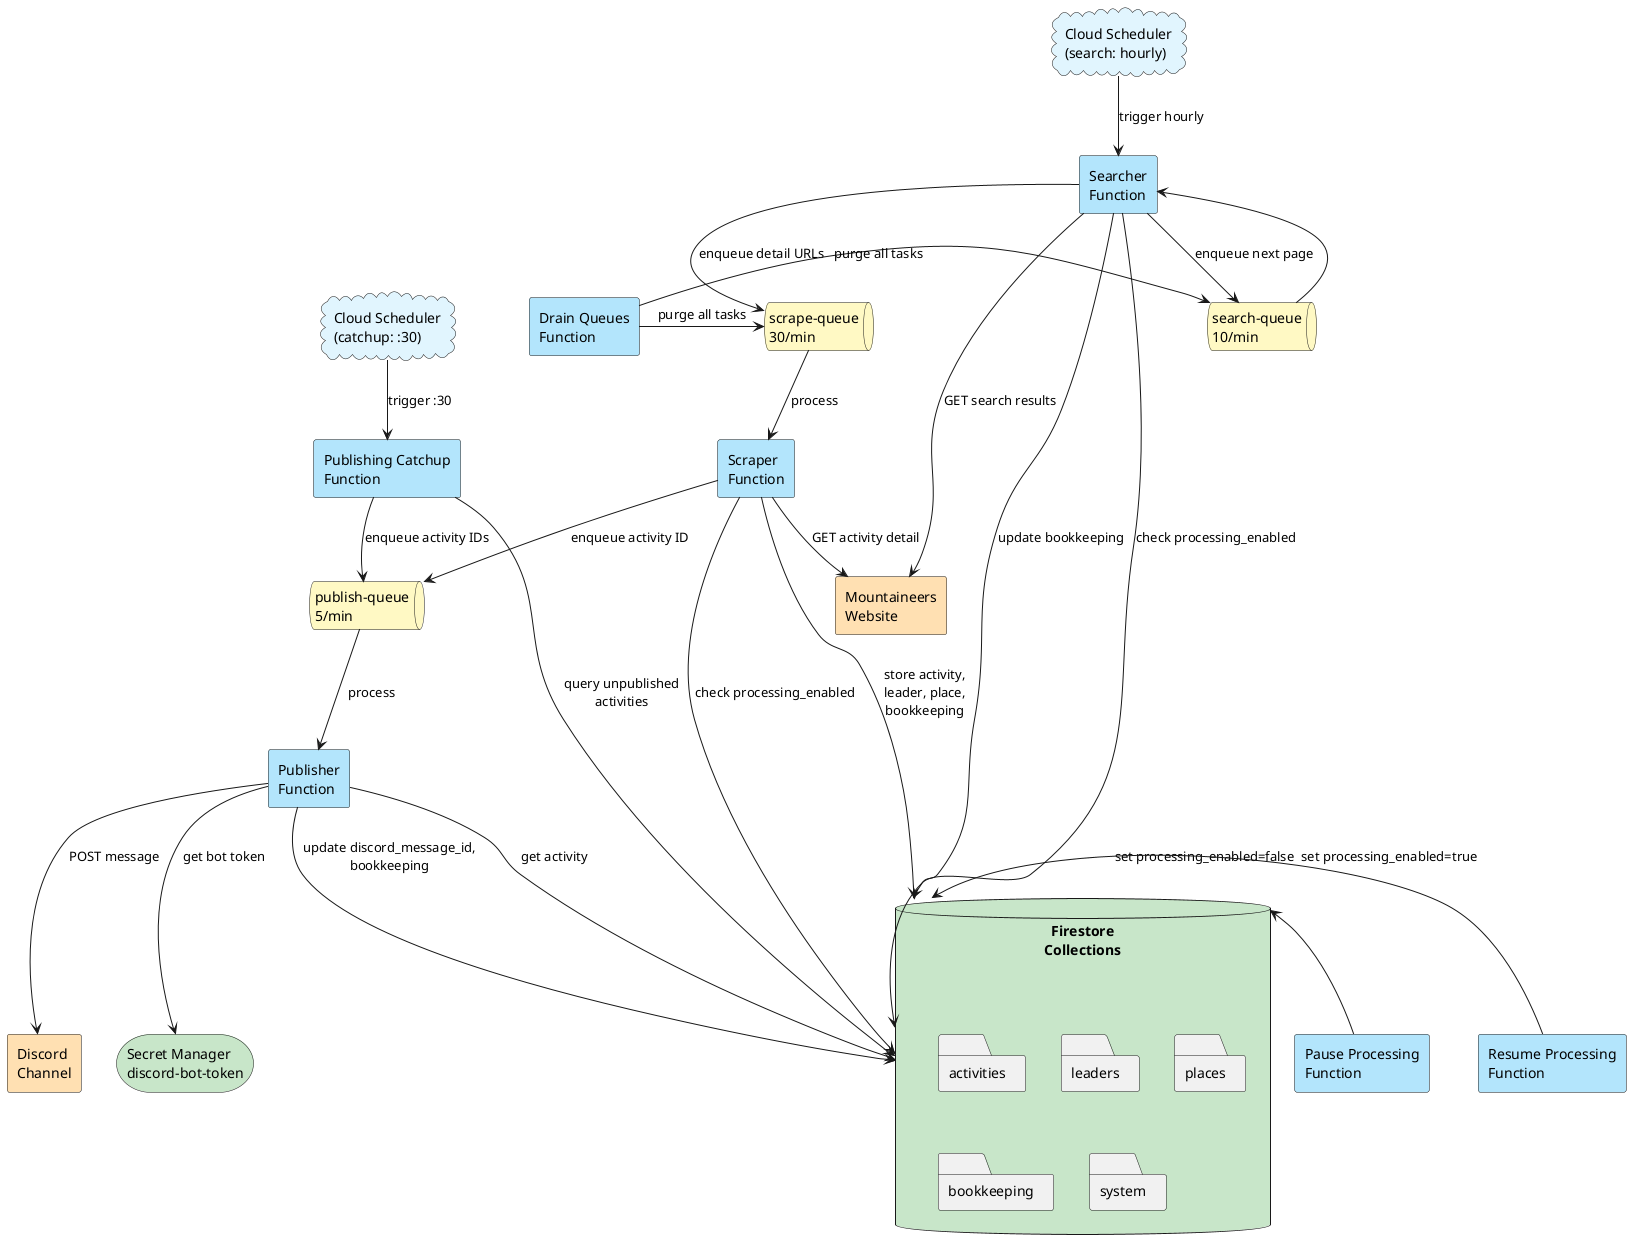
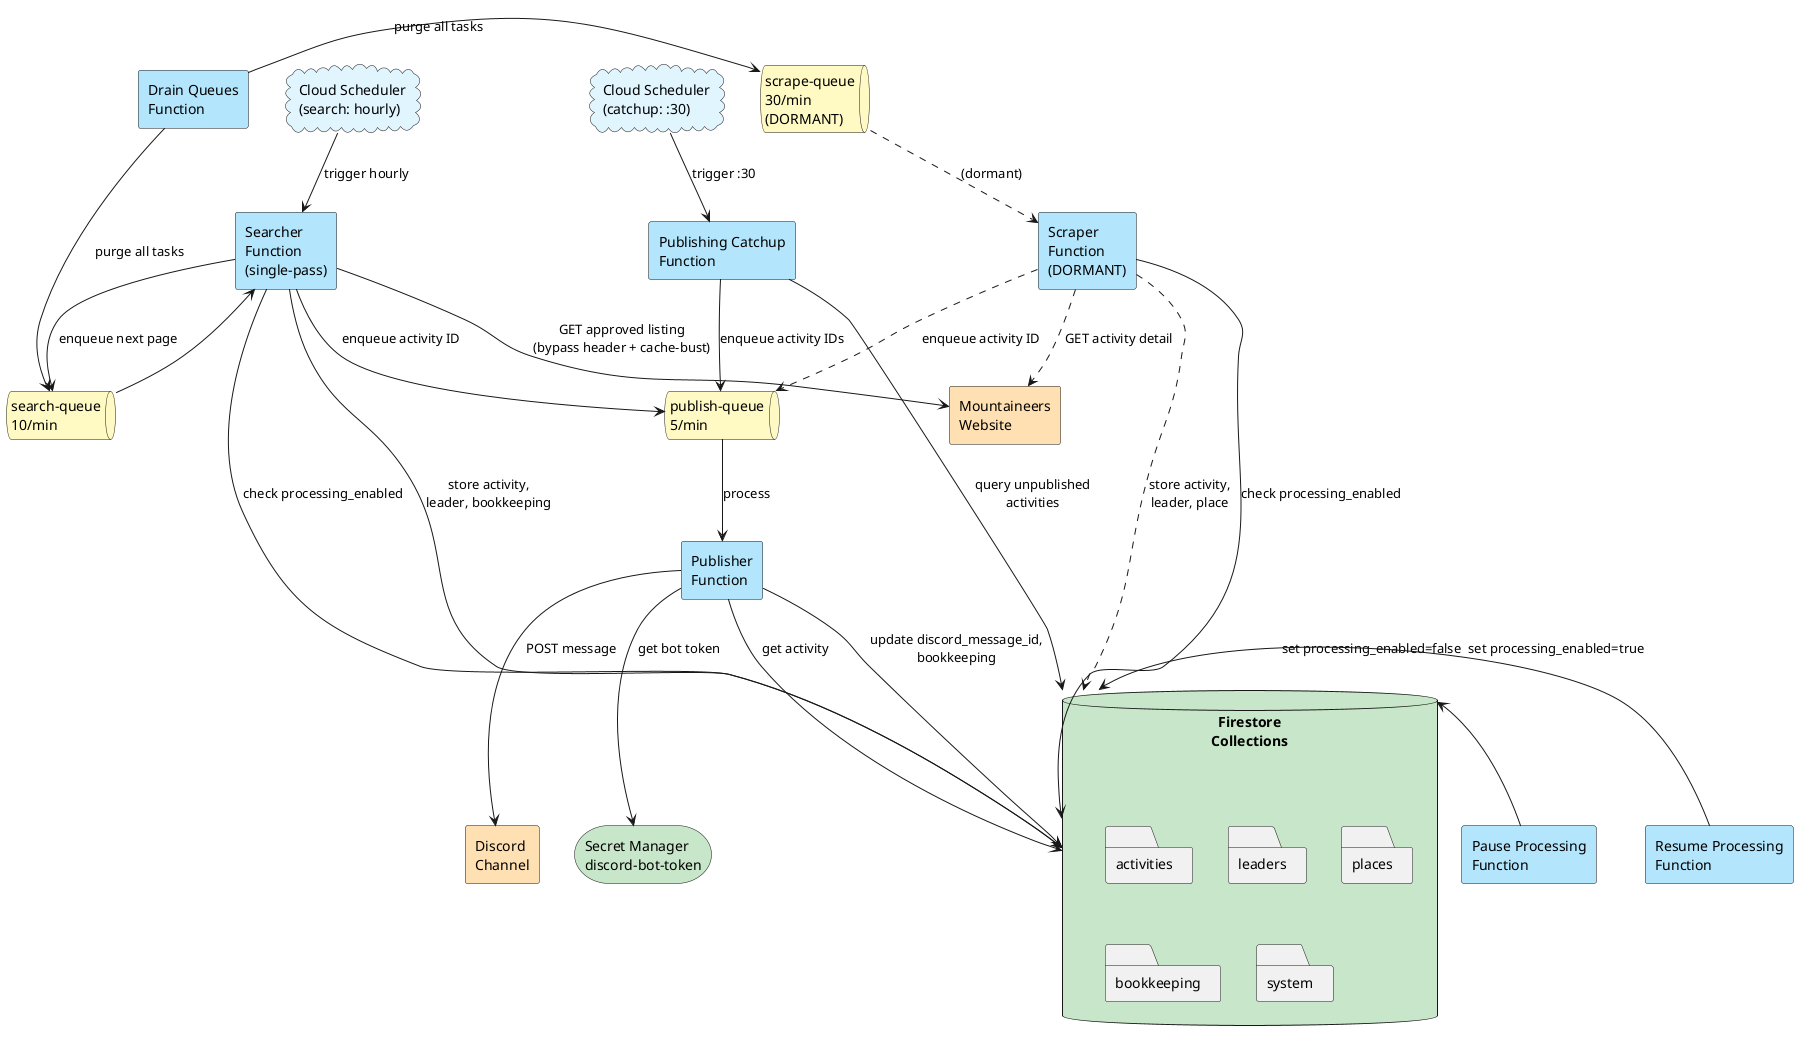
@startuml Mountaineers Activities Discord Publisher

!define CLOUD #E1F5FE
!define FUNCTION #B3E5FC
!define QUEUE #FFF9C4
!define STORAGE #C8E6C9
!define EXTERNAL #FFE0B2

skinparam backgroundColor white
skinparam componentStyle rectangle

' External systems
rectangle "Mountaineers\nWebsite" as mountaineers EXTERNAL
rectangle "Discord\nChannel" as discord EXTERNAL

' Cloud Scheduler
cloud "Cloud Scheduler\n(search: hourly)" as search_scheduler CLOUD
cloud "Cloud Scheduler\n(catchup: :30)" as catchup_scheduler CLOUD

' Cloud Functions
- component "Searcher\nFunction" as searcher FUNCTION
- component "Scraper\nFunction" as scraper FUNCTION
+ component "Searcher\nFunction\n(single-pass)" as searcher FUNCTION
+ component "Scraper\nFunction\n(DORMANT)" as scraper FUNCTION
component "Publisher\nFunction" as publisher FUNCTION
component "Publishing Catchup\nFunction" as catchup FUNCTION
component "Pause Processing\nFunction" as pause FUNCTION
component "Resume Processing\nFunction" as resume FUNCTION
component "Drain Queues\nFunction" as drain FUNCTION

' Cloud Tasks Queues
queue "search-queue\n10/min" as search_queue QUEUE
- queue "scrape-queue\n30/min" as scrape_queue QUEUE
+ queue "scrape-queue\n30/min\n(DORMANT)" as scrape_queue QUEUE
queue "publish-queue\n5/min" as publish_queue QUEUE

' Storage
database "Firestore\nCollections" as firestore STORAGE {
  folder "activities"
  folder "leaders"
  folder "places"
  folder "bookkeeping"
  folder "system"
}

' Secret Manager
storage "Secret Manager\ndiscord-bot-token" as secrets STORAGE

- ' Flow - Search path
+ ' Flow - Search path (single-pass, issue #31)
search_scheduler --> searcher : trigger hourly
- searcher --> mountaineers : GET search results
+ searcher --> mountaineers : GET approved listing\n(bypass header + cache-bust)
searcher --> search_queue : enqueue next page
- searcher --> firestore : update bookkeeping
+ searcher --> firestore : store activity,\nleader, bookkeeping
search_queue --> searcher
+ searcher --> publish_queue : enqueue activity ID

- searcher --> scrape_queue : enqueue detail URLs
- scrape_queue --> scraper : process
- scraper --> mountaineers : GET activity detail
- scraper --> firestore : store activity,\nleader, place,\nbookkeeping
- scraper --> publish_queue : enqueue activity ID
+ ' Dormant fallback path (detail pages Cloudflare-protected)
+ scrape_queue ..> scraper : (dormant)
+ scraper ..> mountaineers : GET activity detail
+ scraper ..> firestore : store activity,\nleader, place
+ scraper ..> publish_queue : enqueue activity ID

' Flow - Publishing path
publish_queue --> publisher : process
publisher --> firestore : get activity
publisher --> secrets : get bot token
publisher --> discord : POST message
publisher --> firestore : update discord_message_id,\nbookkeeping

' Flow - Catchup path
catchup_scheduler --> catchup : trigger :30
catchup --> firestore : query unpublished\nactivities
catchup --> publish_queue : enqueue activity IDs

' Flow - Queue management (manual operations)
pause -> firestore : set processing_enabled=false
resume -> firestore : set processing_enabled=true
drain -> search_queue : purge all tasks
drain -> scrape_queue : purge all tasks
searcher -> firestore : check processing_enabled
scraper -> firestore : check processing_enabled

@enduml
